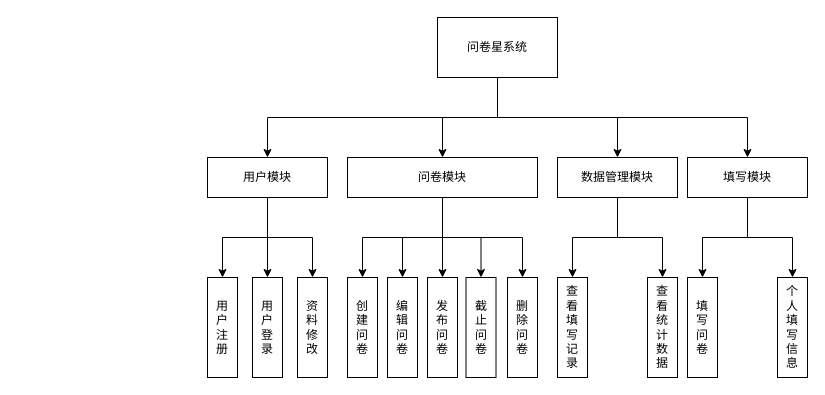
Before: 功能模块.drawio in specialweekss/graph, a draw.io diagram. Source tidied: cells renumbered, new cells numbered last; positions are measured from the earlier drawing's top-left corner, leaving out a move shared by most shapes. Both pictures are drawn from the tidied source at 100%, with x=0, y=0 at pixel (207, 17).
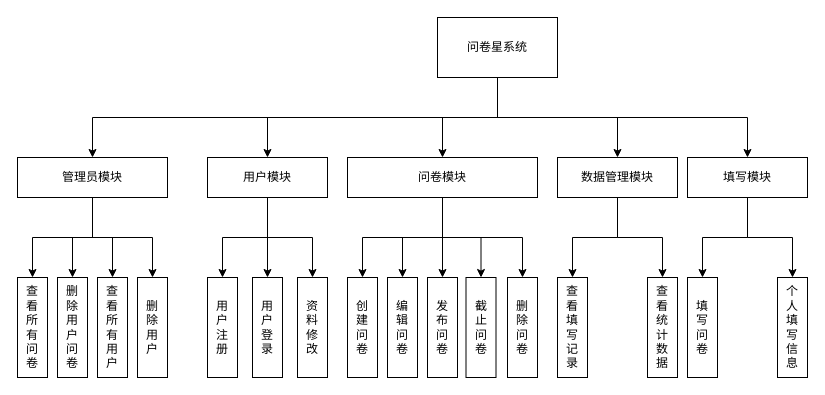
Above is the later version.

Commit message (it also covers changes not shown here):
更新功能模块.drawio

The change refers to these unchanged cells:
```xml
<mxCell id="6" value="问卷星系统" style="rounded=0;whiteSpace=wrap;html=1;" parent="1" vertex="1">
  <mxGeometry x="230" width="120" height="60" as="geometry" />
</mxCell>
```

What changed in the source:
```diff
@@
+    <mxCell id="35" style="edgeStyle=orthogonalEdgeStyle;rounded=0;jettySize=auto;html=1;exitX=0.5;exitY=1;exitDx=0;exitDy=0;entryX=0.5;entryY=0;entryDx=0;entryDy=0;" parent="1" edge="1" source="6" target="40">
+      <mxGeometry relative="1" as="geometry" />
+    </mxCell>
@@
+    <mxCell id="36" style="edgeStyle=orthogonalEdgeStyle;rounded=0;jettySize=auto;html=1;exitX=0.5;exitY=1;exitDx=0;exitDy=0;" parent="1" edge="1" source="40" target="41">
+      <mxGeometry relative="1" as="geometry" />
+    </mxCell>
+    <mxCell id="37" style="edgeStyle=orthogonalEdgeStyle;rounded=0;jettySize=auto;html=1;exitX=0.5;exitY=1;exitDx=0;exitDy=0;entryX=0.5;entryY=0;entryDx=0;entryDy=0;" parent="1" edge="1" source="40" target="42">
+      <mxGeometry relative="1" as="geometry" />
+    </mxCell>
+    <mxCell id="38" style="edgeStyle=orthogonalEdgeStyle;rounded=0;jettySize=auto;html=1;exitX=0.5;exitY=1;exitDx=0;exitDy=0;entryX=0.5;entryY=0;entryDx=0;entryDy=0;" parent="1" edge="1" source="40" target="43">
+      <mxGeometry relative="1" as="geometry" />
+    </mxCell>
+    <mxCell id="39" style="edgeStyle=orthogonalEdgeStyle;rounded=0;jettySize=auto;html=1;exitX=0.5;exitY=1;exitDx=0;exitDy=0;entryX=0.5;entryY=0;entryDx=0;entryDy=0;" parent="1" edge="1" source="40" target="44">
+      <mxGeometry relative="1" as="geometry" />
+    </mxCell>
+    <mxCell id="40" value="管理员模块" style="rounded=0;whiteSpace=wrap;html=1;" parent="1" vertex="1">
+      <mxGeometry x="-190" y="140" width="150" height="40" as="geometry" />
+    </mxCell>
+    <mxCell id="41" value="查&lt;div&gt;看&lt;/div&gt;&lt;div&gt;所&lt;/div&gt;&lt;div&gt;有&lt;/div&gt;&lt;div&gt;问&lt;/div&gt;&lt;div&gt;卷&lt;/div&gt;" style="rounded=0;whiteSpace=wrap;html=1;" parent="1" vertex="1">
+      <mxGeometry x="-190" y="260" width="30" height="100" as="geometry" />
+    </mxCell>
+    <mxCell id="42" value="删&lt;div&gt;除&lt;/div&gt;&lt;div&gt;用&lt;/div&gt;&lt;div&gt;户&lt;/div&gt;&lt;div&gt;问&lt;/div&gt;&lt;div&gt;卷&lt;/div&gt;" style="rounded=0;whiteSpace=wrap;html=1;" parent="1" vertex="1">
+      <mxGeometry x="-150" y="260" width="30" height="100" as="geometry" />
+    </mxCell>
+    <mxCell id="43" value="查&lt;div&gt;看&lt;/div&gt;&lt;div&gt;所&lt;/div&gt;&lt;div&gt;有&lt;/div&gt;&lt;div&gt;用&lt;/div&gt;&lt;div&gt;户&lt;/div&gt;" style="rounded=0;whiteSpace=wrap;html=1;" parent="1" vertex="1">
+      <mxGeometry x="-110" y="260" width="30" height="100" as="geometry" />
+    </mxCell>
+    <mxCell id="44" value="删&lt;div&gt;除&lt;/div&gt;&lt;div&gt;用&lt;/div&gt;&lt;div&gt;户&lt;/div&gt;" style="rounded=0;whiteSpace=wrap;html=1;" parent="1" vertex="1">
+      <mxGeometry x="-70" y="260" width="30" height="100" as="geometry" />
+    </mxCell>
```
